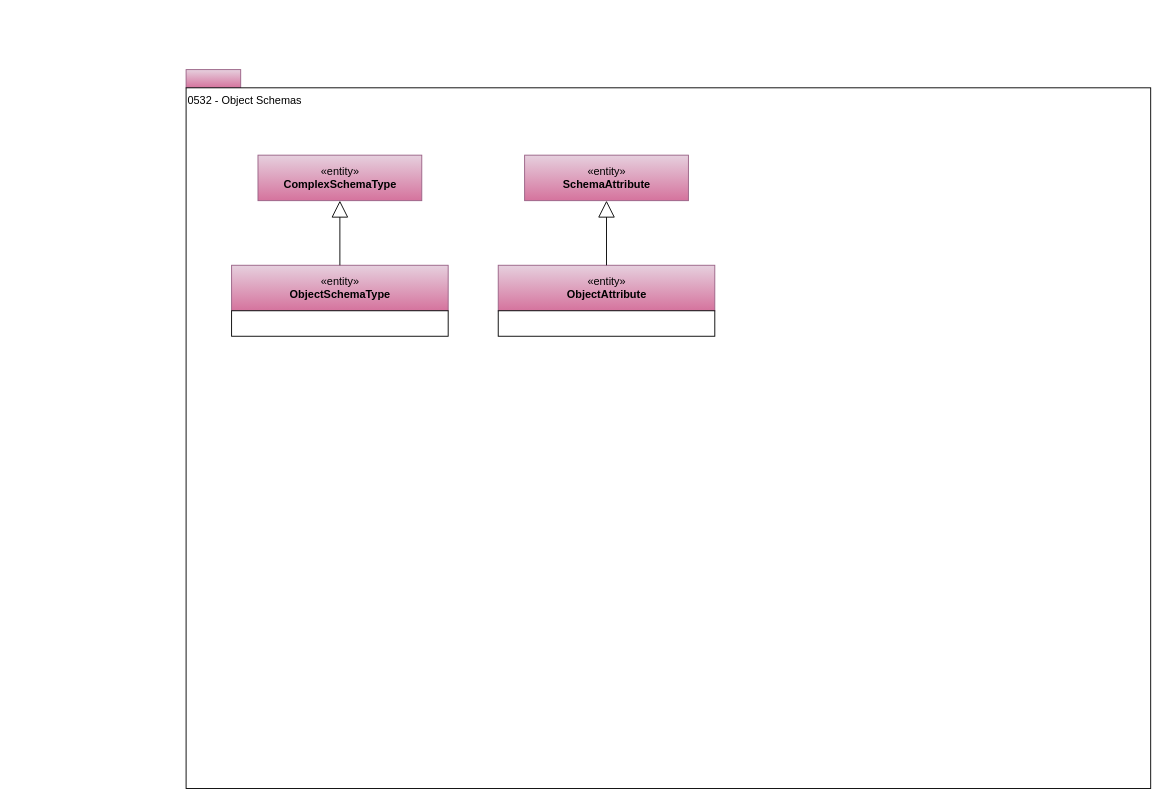
odpi/egeria-docs keeps this draw.io diagram as page "0532-Object-Schemas" (14 of 32) of site/docs/types/5/area-5-models-and-schema.drawio. Above is the earlier version. Source tidied: cells renumbered, new cells numbered last; positions are measured from the earlier drawing's top-left corner, leaving out a move shared by most shapes. Both pictures are drawn from the tidied source at 91%, with x=0, y=0 at pixel (186, 69).
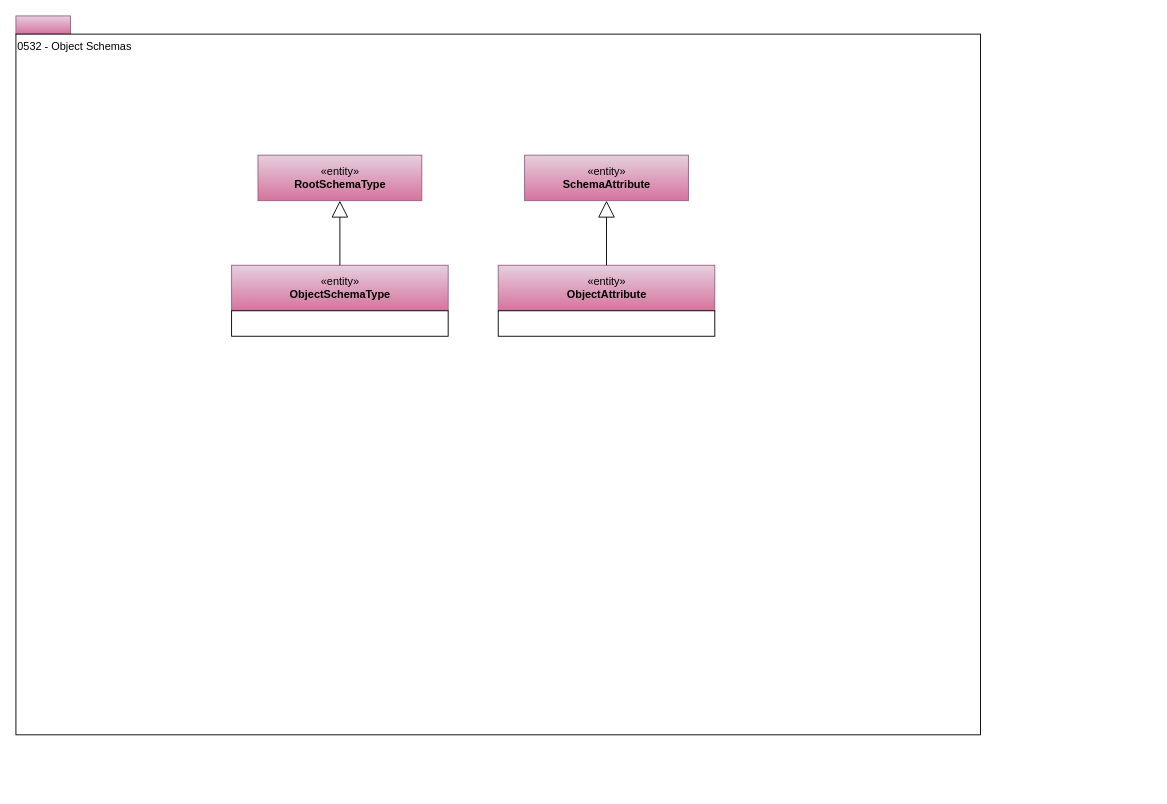
Above is the later version.

Diff of the diagram source:
```diff
@@
 <mxGraphModel>
   <root>
     <mxCell id="0" />
     <mxCell id="1" parent="0" />
     <mxCell id="2" style="rounded=0;whiteSpace=wrap;html=1;align=left;fillColor=#e6d0de;strokeColor=#996185;gradientColor=#d5739d;" parent="1" vertex="1">
-      <mxGeometry width="60" height="20" as="geometry" />
+      <mxGeometry x="-187" y="-59" width="60" height="20" as="geometry" />
     </mxCell>
     <mxCell id="3" value="0532 - Object Schemas" style="rounded=0;whiteSpace=wrap;html=1;align=left;verticalAlign=top;" parent="1" vertex="1">
-      <mxGeometry y="20" width="1060" height="770" as="geometry" />
+      <mxGeometry x="-187" y="-39" width="1060" height="770" as="geometry" />
     </mxCell>
-    <mxCell id="4" value="«entity»&lt;br&gt;&lt;b&gt;ComplexSchemaType&lt;/b&gt;" style="html=1;strokeColor=#996185;align=center;fillColor=#e6d0de;gradientColor=#d5739d;" parent="1" vertex="1">
+    <mxCell id="4" value="«entity»&lt;br&gt;&lt;b&gt;RootSchemaType&lt;/b&gt;" style="html=1;strokeColor=#996185;align=center;fillColor=#e6d0de;gradientColor=#d5739d;" parent="1" vertex="1">
       <mxGeometry x="79" y="94" width="180" height="50" as="geometry" />
     </mxCell>
     <mxCell id="5" value="«entity»&lt;br&gt;&lt;b&gt;SchemaAttribute&lt;/b&gt;" style="html=1;strokeColor=#996185;align=center;fillColor=#e6d0de;gradientColor=#d5739d;" parent="1" vertex="1">
       <mxGeometry x="372" y="94" width="180" height="50" as="geometry" />
     </mxCell>
     <mxCell id="6" style="group;" parent="1" vertex="1">
       <mxGeometry x="50" y="215" width="238" height="78" as="geometry" />
     </mxCell>
     <mxCell id="7" value="«entity»&lt;br&gt;&lt;b&gt;ObjectSchemaType&lt;/b&gt;" style="html=1;strokeColor=#996185;align=center;fillColor=#e6d0de;gradientColor=#d5739d;" parent="6" vertex="1">
       <mxGeometry width="238" height="50" as="geometry" />
     </mxCell>
     <mxCell id="8" style="rounded=0;whiteSpace=wrap;html=1;strokeColor=#000000;gradientColor=#ffffff;align=left;" parent="6" vertex="1">
       <mxGeometry y="50" width="238" height="28" as="geometry" />
     </mxCell>
     <mxCell id="9" style="group;" parent="1" vertex="1">
       <mxGeometry x="343" y="215" width="238" height="78" as="geometry" />
     </mxCell>
     <mxCell id="10" value="«entity»&lt;br&gt;&lt;b&gt;ObjectAttribute&lt;/b&gt;" style="html=1;strokeColor=#996185;align=center;fillColor=#e6d0de;gradientColor=#d5739d;" parent="9" vertex="1">
       <mxGeometry width="238" height="50" as="geometry" />
     </mxCell>
     <mxCell id="11" style="rounded=0;whiteSpace=wrap;html=1;strokeColor=#000000;gradientColor=#ffffff;align=left;" parent="9" vertex="1">
       <mxGeometry y="50" width="238" height="28" as="geometry" />
     </mxCell>
     <mxCell id="12" style="edgeStyle=orthogonalEdgeStyle;rounded=0;jettySize=auto;html=1;exitX=0.5;exitY=0;exitDx=0;exitDy=0;entryX=0.5;entryY=1;entryDx=0;entryDy=0;startSize=6;endArrow=block;endFill=0;endSize=16;" parent="1" edge="1" source="7" target="4">
       <mxGeometry relative="1" as="geometry" />
     </mxCell>
     <mxCell id="13" style="edgeStyle=orthogonalEdgeStyle;rounded=0;jettySize=auto;html=1;exitX=0.5;exitY=0;exitDx=0;exitDy=0;entryX=0.5;entryY=1;entryDx=0;entryDy=0;startSize=6;endArrow=block;endFill=0;endSize=16;" parent="1" edge="1" source="10" target="5">
       <mxGeometry relative="1" as="geometry" />
     </mxCell>
   </root>
 </mxGraphModel>
```
